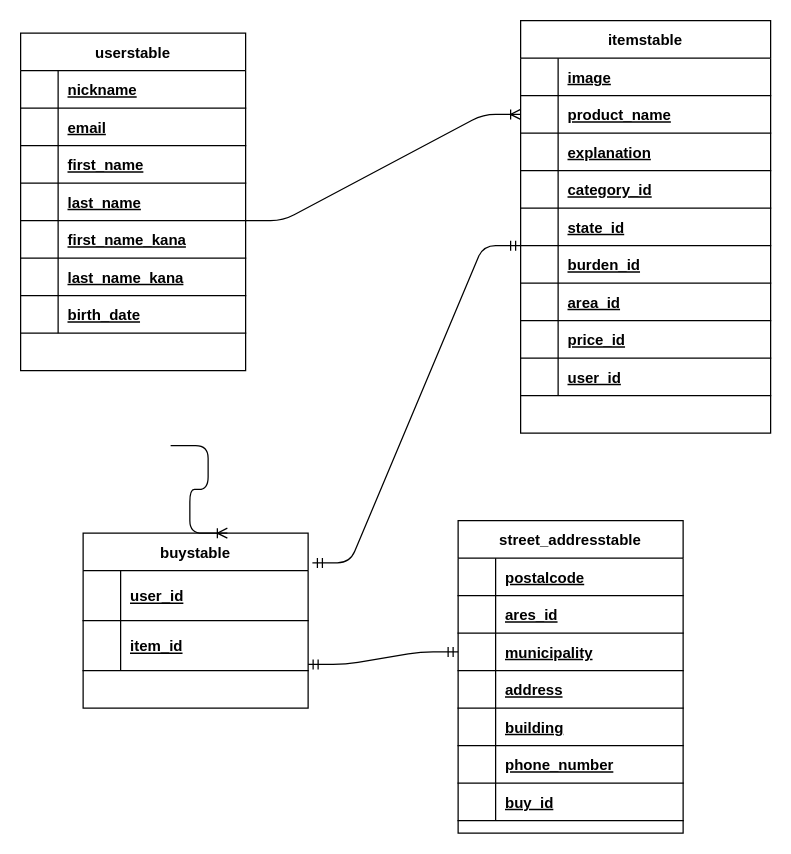
Before: test.dio in fujisakiyuu/furima-33487, a draw.io diagram. Source tidied: cells renumbered, new cells numbered last; positions are measured from the earlier drawing's top-left corner, leaving out a move shared by most shapes. Both pictures are drawn from the tidied source at 125%, with x=0, y=0 at pixel (20, 20).
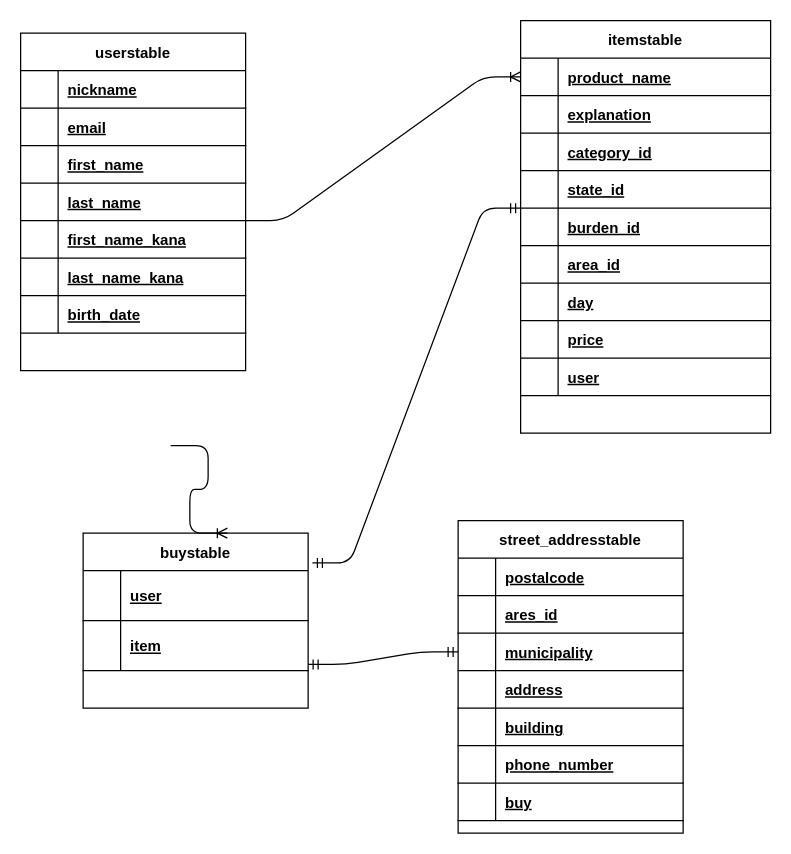
The same page after the edit.

Unchanged cells that the change refers to:
```xml
<mxCell id="2" value="itemstable" style="shape=table;startSize=30;childLayout=tableLayout;rowLines=0;fontStyle=1;align=center;" parent="1" vertex="1">
  <mxGeometry x="400" width="200" height="330" as="geometry" />
</mxCell>
<mxCell id="54" style="shape=partialRectangle;fillColor=none;top=0;left=0;bottom=1;right=0;" parent="53" vertex="1">
  <mxGeometry y="30" width="180" height="40" as="geometry" />
</mxCell>
<mxCell id="57" style="shape=partialRectangle;fillColor=none;top=0;left=0;bottom=1;right=0;" parent="53" vertex="1">
  <mxGeometry y="70" width="180" height="40" as="geometry" />
</mxCell>
<mxCell id="79" style="shape=partialRectangle;fillColor=none;top=0;left=0;bottom=1;right=0;" parent="60" vertex="1">
  <mxGeometry y="210" width="180" height="30" as="geometry" />
</mxCell>
```

The edit, as a diff of the source:
```diff
@@
-    <mxCell id="3" style="shape=partialRectangle;fillColor=none;top=0;left=0;bottom=1;right=0;" parent="2" vertex="1">
-      <mxGeometry y="30" width="200" height="30" as="geometry" />
-    </mxCell>
-    <mxCell id="4" style="shape=partialRectangle;fillColor=none;top=0;left=0;bottom=0;right=0;fontStyle=1;overflow=hidden;" parent="3" vertex="1">
-      <mxGeometry width="30" height="30" as="geometry" />
-    </mxCell>
-    <mxCell id="5" value="image" style="shape=partialRectangle;fillColor=none;top=0;left=0;bottom=0;right=0;align=left;spacingLeft=6;fontStyle=5;overflow=hidden;" parent="3" vertex="1">
-      <mxGeometry x="30" width="170" height="30" as="geometry" />
-    </mxCell>
     <mxCell id="6" style="shape=partialRectangle;fillColor=none;top=0;left=0;bottom=1;right=0;points=[[0,0.5],[1,0.5]];portConstraint=eastwest;" parent="2" vertex="1">
-      <mxGeometry y="60" width="200" height="30" as="geometry" />
+      <mxGeometry y="30" width="200" height="30" as="geometry" />
     </mxCell>
@@
     <mxCell id="9" style="shape=partialRectangle;fillColor=none;top=0;left=0;bottom=1;right=0;" parent="2" vertex="1">
-      <mxGeometry y="90" width="200" height="30" as="geometry" />
+      <mxGeometry y="60" width="200" height="30" as="geometry" />
     </mxCell>
@@
     <mxCell id="12" style="shape=partialRectangle;fillColor=none;top=0;left=0;bottom=1;right=0;" parent="2" vertex="1">
-      <mxGeometry y="120" width="200" height="30" as="geometry" />
+      <mxGeometry y="90" width="200" height="30" as="geometry" />
     </mxCell>
@@
     <mxCell id="15" style="shape=partialRectangle;fillColor=none;top=0;left=0;bottom=1;right=0;" parent="2" vertex="1">
-      <mxGeometry y="150" width="200" height="30" as="geometry" />
+      <mxGeometry y="120" width="200" height="30" as="geometry" />
     </mxCell>
@@
     <mxCell id="18" style="shape=partialRectangle;fillColor=none;top=0;left=0;bottom=1;right=0;points=[[0,0.5],[1,0.5]];portConstraint=eastwest;" parent="2" vertex="1">
-      <mxGeometry y="180" width="200" height="30" as="geometry" />
+      <mxGeometry y="150" width="200" height="30" as="geometry" />
     </mxCell>
@@
     <mxCell id="21" style="shape=partialRectangle;fillColor=none;top=0;left=0;bottom=1;right=0;" parent="2" vertex="1">
-      <mxGeometry y="210" width="200" height="30" as="geometry" />
+      <mxGeometry y="180" width="200" height="30" as="geometry" />
     </mxCell>
@@
     <mxCell id="24" style="shape=partialRectangle;fillColor=none;top=0;left=0;bottom=1;right=0;" parent="2" vertex="1">
-      <mxGeometry y="240" width="200" height="30" as="geometry" />
+      <mxGeometry y="210" width="200" height="30" as="geometry" />
     </mxCell>
@@
-    <mxCell id="26" value="price_id" style="shape=partialRectangle;fillColor=none;top=0;left=0;bottom=0;right=0;align=left;spacingLeft=6;fontStyle=5;overflow=hidden;" parent="24" vertex="1">
+    <mxCell id="26" value="day" style="shape=partialRectangle;fillColor=none;top=0;left=0;bottom=0;right=0;align=left;spacingLeft=6;fontStyle=5;overflow=hidden;" parent="24" vertex="1">
       <mxGeometry x="30" width="170" height="30" as="geometry" />
     </mxCell>
     <mxCell id="27" style="shape=partialRectangle;fillColor=none;top=0;left=0;bottom=1;right=0;" parent="2" vertex="1">
-      <mxGeometry y="270" width="200" height="30" as="geometry" />
+      <mxGeometry y="240" width="200" height="30" as="geometry" />
     </mxCell>
@@
-    <mxCell id="29" value="user_id" style="shape=partialRectangle;fillColor=none;top=0;left=0;bottom=0;right=0;align=left;spacingLeft=6;fontStyle=5;overflow=hidden;" parent="27" vertex="1">
+    <mxCell id="29" value="price" style="shape=partialRectangle;fillColor=none;top=0;left=0;bottom=0;right=0;align=left;spacingLeft=6;fontStyle=5;overflow=hidden;" parent="27" vertex="1">
       <mxGeometry x="30" width="170" height="30" as="geometry" />
     </mxCell>
+    <mxCell id="85" style="shape=partialRectangle;fillColor=none;top=0;left=0;bottom=1;right=0;" parent="2" vertex="1">
+      <mxGeometry y="270" width="200" height="30" as="geometry" />
+    </mxCell>
+    <mxCell id="4" style="shape=partialRectangle;fillColor=none;top=0;left=0;bottom=0;right=0;fontStyle=1;overflow=hidden;" parent="85" vertex="1">
+      <mxGeometry width="30" height="30" as="geometry" />
+    </mxCell>
+    <mxCell id="86" value="user" style="shape=partialRectangle;fillColor=none;top=0;left=0;bottom=0;right=0;align=left;spacingLeft=6;fontStyle=5;overflow=hidden;" parent="85" vertex="1">
+      <mxGeometry x="30" width="170" height="30" as="geometry" />
+    </mxCell>
@@
-    <mxCell id="56" value="user_id" style="shape=partialRectangle;fillColor=none;top=0;left=0;bottom=0;right=0;align=left;spacingLeft=6;fontStyle=5;overflow=hidden;" parent="54" vertex="1">
+    <mxCell id="56" value="user" style="shape=partialRectangle;fillColor=none;top=0;left=0;bottom=0;right=0;align=left;spacingLeft=6;fontStyle=5;overflow=hidden;" parent="54" vertex="1">
       <mxGeometry x="30" width="150" height="40" as="geometry" />
     </mxCell>
@@
-    <mxCell id="59" value="item_id" style="shape=partialRectangle;fillColor=none;top=0;left=0;bottom=0;right=0;align=left;spacingLeft=6;fontStyle=5;overflow=hidden;" parent="57" vertex="1">
+    <mxCell id="59" value="item" style="shape=partialRectangle;fillColor=none;top=0;left=0;bottom=0;right=0;align=left;spacingLeft=6;fontStyle=5;overflow=hidden;" parent="57" vertex="1">
       <mxGeometry x="30" width="150" height="40" as="geometry" />
     </mxCell>
@@
-    <mxCell id="81" value="buy_id" style="shape=partialRectangle;fillColor=none;top=0;left=0;bottom=0;right=0;align=left;spacingLeft=6;fontStyle=5;overflow=hidden;" parent="79" vertex="1">
+    <mxCell id="81" value="buy" style="shape=partialRectangle;fillColor=none;top=0;left=0;bottom=0;right=0;align=left;spacingLeft=6;fontStyle=5;overflow=hidden;" parent="79" vertex="1">
       <mxGeometry x="30" width="150" height="30" as="geometry" />
     </mxCell>
```
